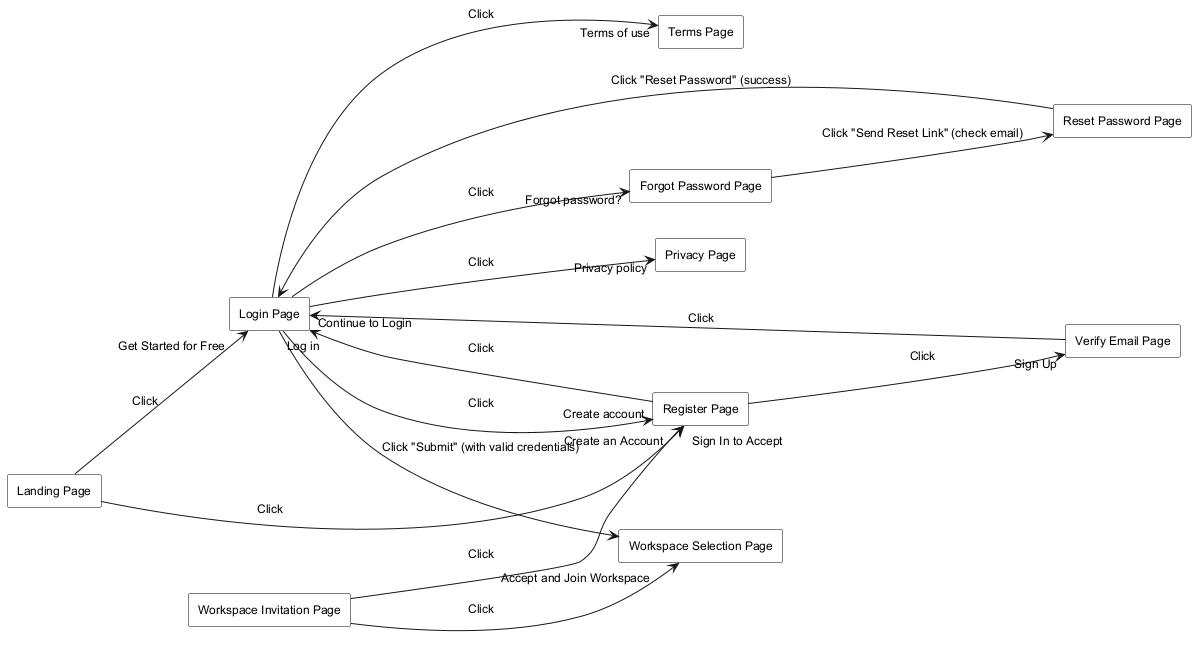
Earlier version of the PlantUML export .agents/resources/screen flow/03-guest-screen-flow.png (WarpTalk-CapstoneProject/warptalk-backend).
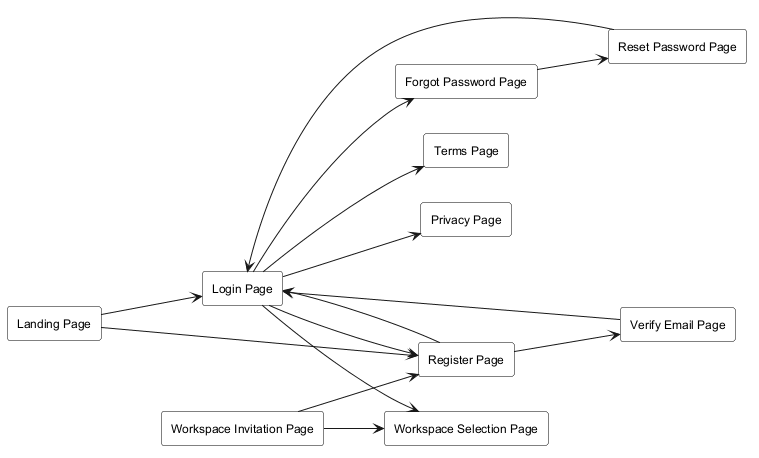
After the change.

Diff of the diagram source:
```diff
@@ -20,23 +20,23 @@
 rectangle "Workspace Invitation Page" as WorkspaceInvitationPage
 rectangle "Workspace Selection Page" as WorkspaceSelectionPage
 
-LandingPage --> LoginPage : Click "Get Started for Free"
-LandingPage --> RegisterPage : Click "Create an Account"
+LandingPage --> LoginPage
+LandingPage --> RegisterPage
 
-LoginPage --> ForgotPasswordPage : Click "Forgot password?"
-LoginPage --> RegisterPage : Click "Create account"
-LoginPage --> TermsPage : Click "Terms of use"
-LoginPage --> PrivacyPage : Click "Privacy policy"
+LoginPage --> ForgotPasswordPage
+LoginPage --> RegisterPage
+LoginPage --> TermsPage
+LoginPage --> PrivacyPage
 
-ForgotPasswordPage --> ResetPasswordPage : Click "Send Reset Link" (check email)
-ResetPasswordPage --> LoginPage : Click "Reset Password" (success)
+ForgotPasswordPage --> ResetPasswordPage
+ResetPasswordPage --> LoginPage
 
-RegisterPage --> VerifyEmailPage : Click "Sign Up"
-RegisterPage --> LoginPage : Click "Log in"
-VerifyEmailPage --> LoginPage : Click "Continue to Login"
+RegisterPage --> VerifyEmailPage
+RegisterPage --> LoginPage
+VerifyEmailPage --> LoginPage
 
-LoginPage --> WorkspaceSelectionPage : Click "Submit" (with valid credentials)
-WorkspaceInvitationPage --> RegisterPage : Click "Sign In to Accept"
-WorkspaceInvitationPage --> WorkspaceSelectionPage : Click "Accept and Join Workspace"
+LoginPage --> WorkspaceSelectionPage
+WorkspaceInvitationPage --> RegisterPage
+WorkspaceInvitationPage --> WorkspaceSelectionPage
 
 @enduml
```
